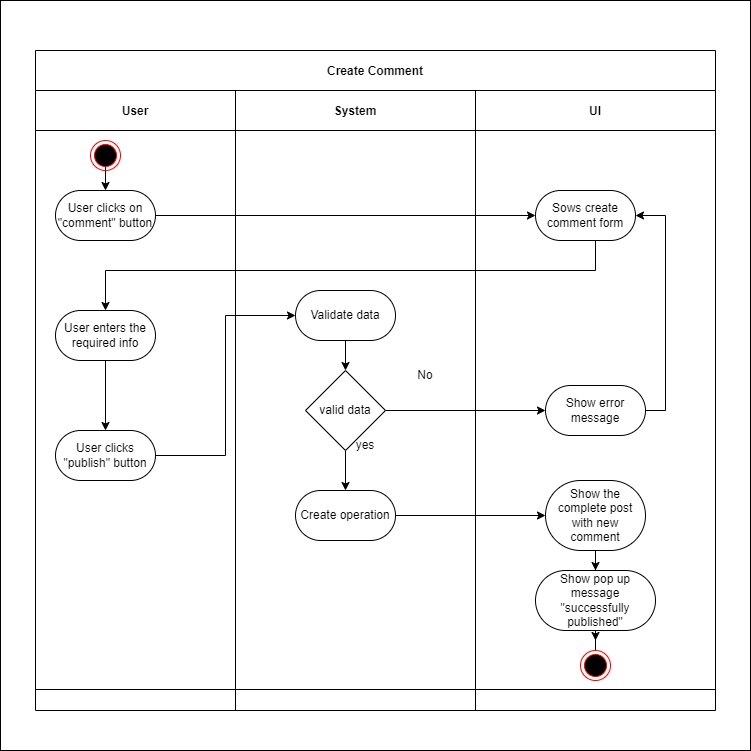
millisom/GluGuide keeps this draw.io diagram as docs/UseCaseManageComments/UCCreateComment.drawio.png. Above is the earlier version. Source tidied: cells renumbered, new cells last; positions are measured from the earlier drawing's top-left corner, leaving out a move shared by most shapes.
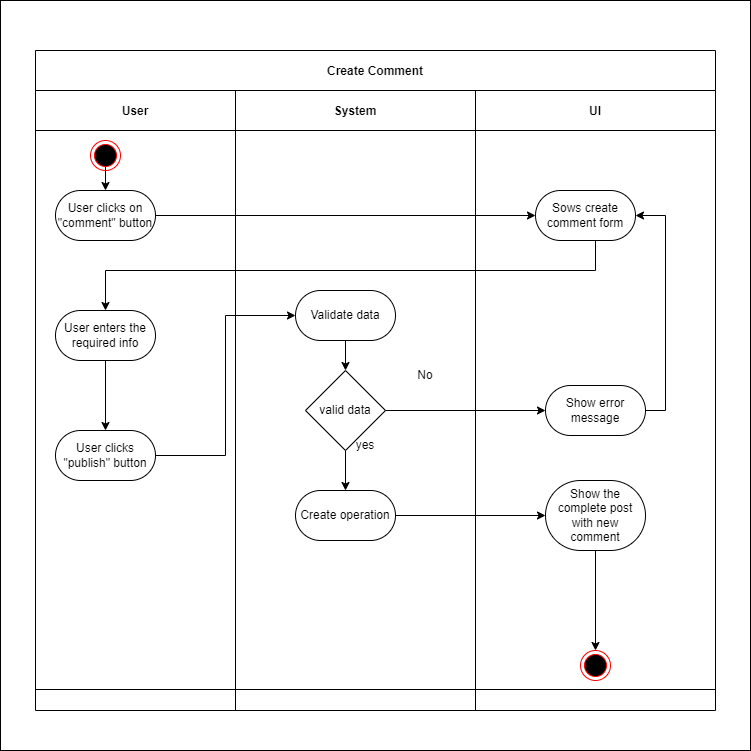
The same diagram one commit later.

Commit message:
insert Create Comment Mockups

The edit, as a diff of the source:
```diff
@@ -70,20 +70,12 @@
     <mxCell id="23" value="Show error message" style="rounded=1;whiteSpace=wrap;html=1;arcSize=50;" parent="20" vertex="1">
       <mxGeometry x="70" y="295" width="100" height="50" as="geometry" />
     </mxCell>
-    <mxCell id="24" style="edgeStyle=orthogonalEdgeStyle;rounded=0;jettySize=auto;html=1;" parent="20" edge="1" source="25" target="27">
+    <mxCell id="24" style="edgeStyle=orthogonalEdgeStyle;rounded=0;jettySize=auto;html=1;entryX=0.5;entryY=0;entryDx=0;entryDy=0;" parent="20" edge="1" source="25" target="28">
       <mxGeometry relative="1" as="geometry" />
     </mxCell>
     <mxCell id="25" value="Show the complete post with new comment" style="rounded=1;whiteSpace=wrap;html=1;arcSize=50;" parent="20" vertex="1">
       <mxGeometry x="70" y="390" width="100" height="70" as="geometry" />
     </mxCell>
-    <mxCell id="26" style="edgeStyle=orthogonalEdgeStyle;rounded=0;jettySize=auto;html=1;" parent="20" edge="1" source="27">
-      <mxGeometry relative="1" as="geometry">
-        <mxPoint x="120" y="550" as="targetPoint" />
-      </mxGeometry>
-    </mxCell>
-    <mxCell id="27" value="Show pop up message &quot;successfully published&quot;" style="whiteSpace=wrap;html=1;rounded=1;arcSize=50;" parent="20" vertex="1">
-      <mxGeometry x="60" y="480" width="120" height="60" as="geometry" />
-    </mxCell>
     <mxCell id="28" style="ellipse;html=1;shape=endState;fillColor=#000000;strokeColor=#ff0000;" parent="20" vertex="1">
       <mxGeometry x="105" y="560" width="30" height="30" as="geometry" />
     </mxCell>
```
